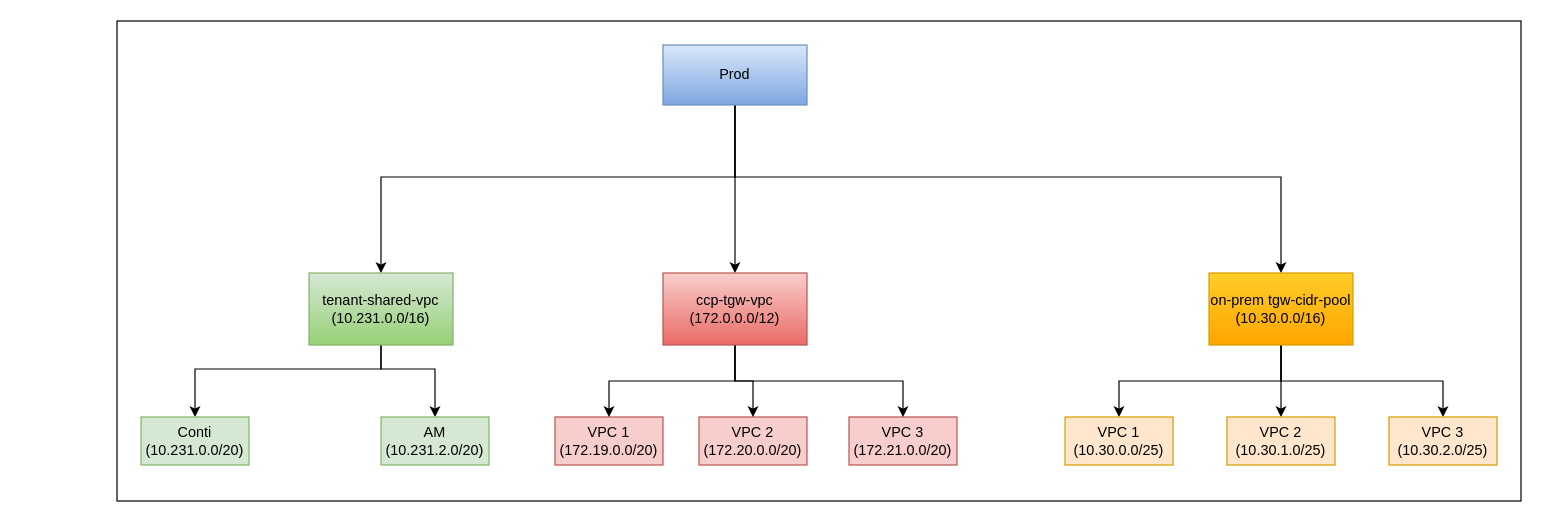
This is ipam-structure.drawio from pranjal0791/aws-codepipeline-s3-codedeploy-linux, a draw.io file, before an edit. Source tidied: cells renumbered, new cells numbered last; positions are measured from the earlier drawing's top-left corner, leaving out a move shared by most shapes. Both pictures are drawn from the tidied source at 120%, with x=0, y=0 at pixel (116, 20).
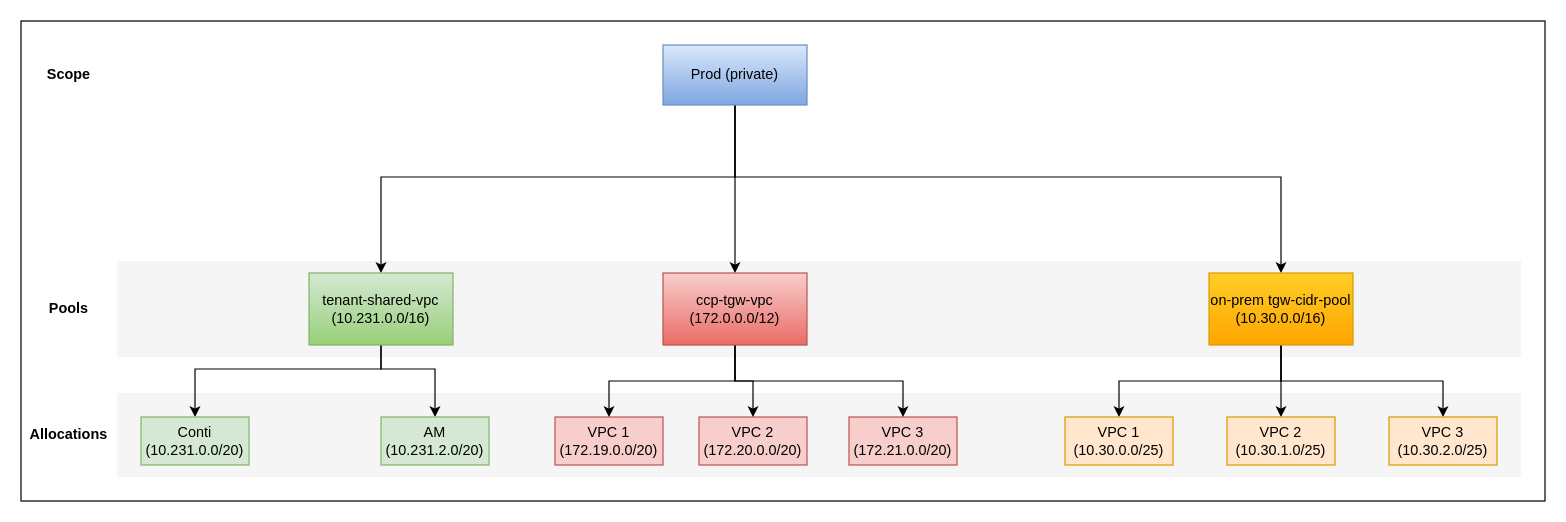
The same diagram, later.

Diff of the diagram source:
```diff
@@
     <mxCell id="2" style="rounded=0;whiteSpace=wrap;html=1;" parent="1" vertex="1">
-      <mxGeometry width="1170" height="400" as="geometry" />
+      <mxGeometry x="-80" width="1270" height="400" as="geometry" />
     </mxCell>
+    <mxCell id="26" style="rounded=0;whiteSpace=wrap;html=1;fillColor=#f5f5f5;fontColor=#333333;strokeColor=none;" parent="1" vertex="1">
+      <mxGeometry y="310" width="1170" height="70" as="geometry" />
+    </mxCell>
+    <mxCell id="27" style="rounded=0;whiteSpace=wrap;html=1;fillColor=#f5f5f5;fontColor=#333333;strokeColor=none;" parent="1" vertex="1">
+      <mxGeometry y="200" width="1170" height="80" as="geometry" />
+    </mxCell>
@@
-    <mxCell id="6" value="Prod" style="rounded=0;whiteSpace=wrap;html=1;fillColor=#dae8fc;strokeColor=#6c8ebf;gradientColor=#7ea6e0;" parent="1" vertex="1">
+    <mxCell id="6" value="Prod (private)" style="rounded=0;whiteSpace=wrap;html=1;fillColor=#dae8fc;strokeColor=#6c8ebf;gradientColor=#7ea6e0;" parent="1" vertex="1">
       <mxGeometry x="455" y="20" width="120" height="50" as="geometry" />
     </mxCell>
@@
+    <mxCell id="14" value="Conti (10.231.0.0/20)" style="rounded=0;whiteSpace=wrap;html=1;fillColor=#d5e8d4;strokeColor=#82b366;" parent="1" vertex="1">
+      <mxGeometry x="20" y="330" width="90" height="40" as="geometry" />
+    </mxCell>
@@
-    <mxCell id="14" value="Conti (10.231.0.0/20)" style="rounded=0;whiteSpace=wrap;html=1;fillColor=#d5e8d4;strokeColor=#82b366;" parent="1" vertex="1">
-      <mxGeometry x="20" y="330" width="90" height="40" as="geometry" />
-    </mxCell>
@@
+    <mxCell id="28" value="&lt;b&gt;Pools&lt;/b&gt;" style="text;html=1;align=center;verticalAlign=middle;whiteSpace=wrap;rounded=0;" parent="1" vertex="1">
+      <mxGeometry x="-70" y="225" width="60" height="30" as="geometry" />
+    </mxCell>
+    <mxCell id="29" value="&lt;b&gt;Allocations&lt;/b&gt;" style="text;html=1;align=center;verticalAlign=middle;whiteSpace=wrap;rounded=0;" parent="1" vertex="1">
+      <mxGeometry x="-70" y="330" width="60" height="30" as="geometry" />
+    </mxCell>
+    <mxCell id="30" value="&lt;b&gt;Scope&lt;/b&gt;" style="text;html=1;align=center;verticalAlign=middle;whiteSpace=wrap;rounded=0;" parent="1" vertex="1">
+      <mxGeometry x="-70" y="30" width="60" height="30" as="geometry" />
+    </mxCell>
```
